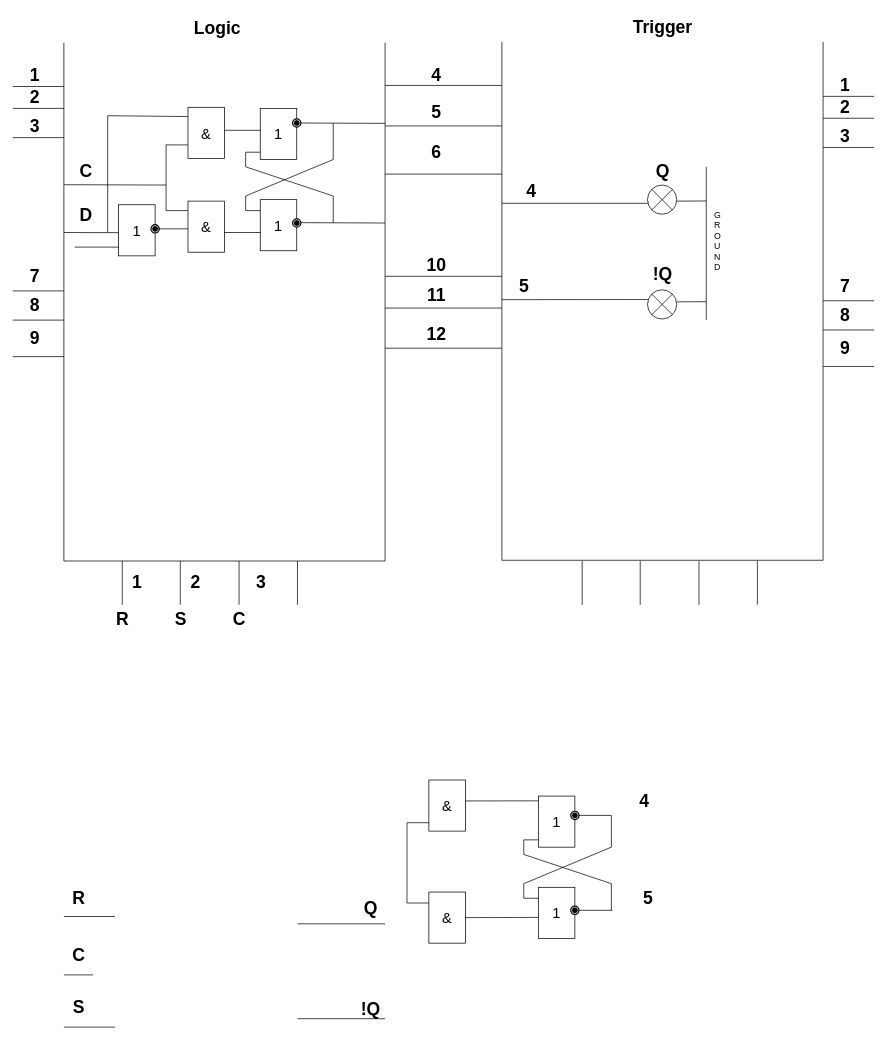
Before: d_trigger.drawio in nayutalienx/digital_circuits, a draw.io diagram. Source tidied: cells renumbered, new cells numbered last; positions are measured from the earlier drawing's top-left corner, leaving out a move shared by most shapes. Both pictures are drawn from the tidied source at 73%, with x=0, y=0 at pixel (12, 12).
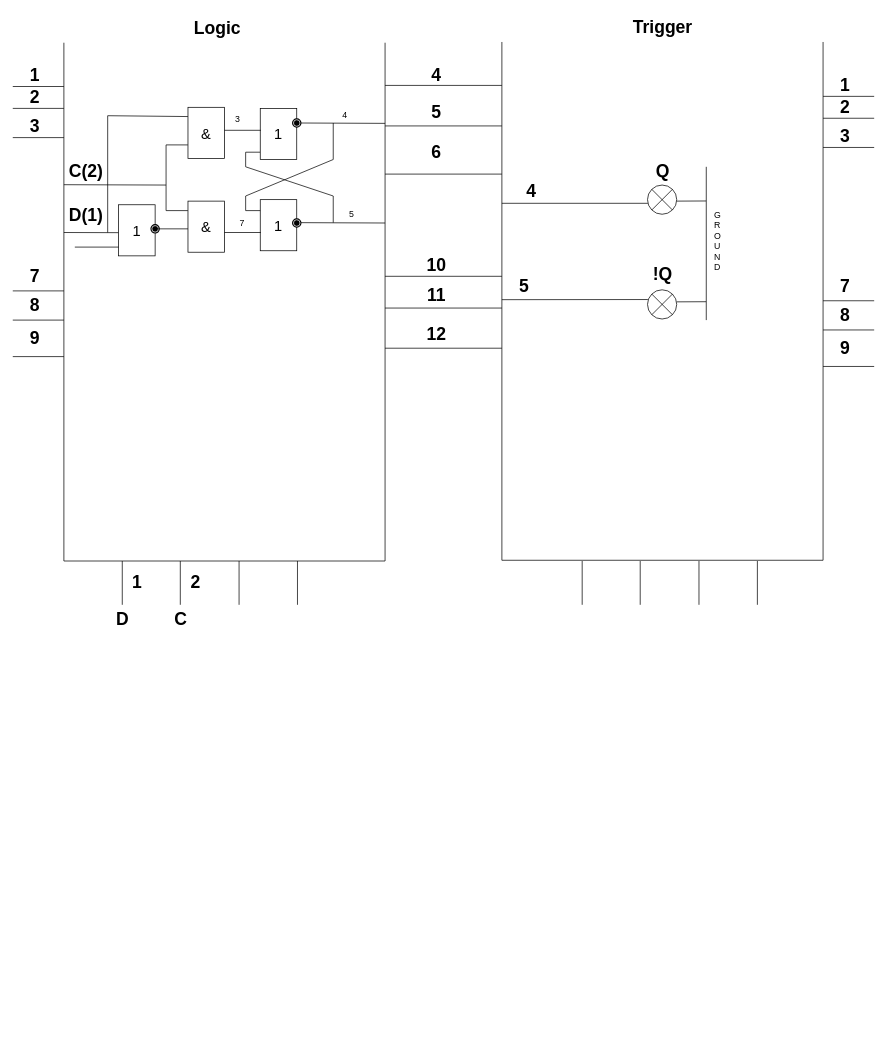
After the change.

The edit, as a diff of the source:
```diff
@@
-    <mxCell id="54" value="R" style="text;strokeColor=none;fillColor=none;html=1;fontSize=24;fontStyle=1;verticalAlign=middle;align=center;" parent="1" vertex="1">
+    <mxCell id="54" value="D" style="text;strokeColor=none;fillColor=none;html=1;fontSize=24;fontStyle=1;verticalAlign=middle;align=center;" parent="1" vertex="1">
       <mxGeometry x="130" y="811" width="40" height="40" as="geometry" />
     </mxCell>
-    <mxCell id="55" value="S" style="text;strokeColor=none;fillColor=none;html=1;fontSize=24;fontStyle=1;verticalAlign=middle;align=center;" parent="1" vertex="1">
+    <mxCell id="55" value="C" style="text;strokeColor=none;fillColor=none;html=1;fontSize=24;fontStyle=1;verticalAlign=middle;align=center;" parent="1" vertex="1">
       <mxGeometry x="210" y="811" width="40" height="40" as="geometry" />
     </mxCell>
@@
-    <mxCell id="58" style="endArrow=none;html=1;" parent="1" edge="1">
-      <mxGeometry relative="1" as="geometry">
-        <mxPoint x="70" y="1238" as="sourcePoint" />
-        <mxPoint x="140" y="1238" as="targetPoint" />
-      </mxGeometry>
-    </mxCell>
-    <mxCell id="59" style="endArrow=none;html=1;" parent="1" edge="1">
-      <mxGeometry relative="1" as="geometry">
-        <mxPoint x="70" y="1389.5" as="sourcePoint" />
-        <mxPoint x="140" y="1389.5" as="targetPoint" />
-      </mxGeometry>
-    </mxCell>
-    <mxCell id="60" value="&lt;font style=&quot;font-size: 20px&quot;&gt;1&lt;/font&gt;" style="rounded=0;whiteSpace=wrap;html=1;" parent="1" vertex="1">
-      <mxGeometry x="720" y="1073" width="50" height="70" as="geometry" />
-    </mxCell>
-    <mxCell id="61" value="&lt;font style=&quot;font-size: 20px&quot;&gt;1&lt;/font&gt;" style="rounded=0;whiteSpace=wrap;html=1;" parent="1" vertex="1">
-      <mxGeometry x="720" y="1198" width="50" height="70" as="geometry" />
-    </mxCell>
-    <mxCell id="62" style="shape=mxgraph.bpmn.shape;html=1;verticalLabelPosition=bottom;labelBackgroundColor=#ffffff;verticalAlign=top;align=center;perimeter=ellipsePerimeter;outlineConnect=0;outline=end;symbol=terminate;" parent="1" vertex="1">
-      <mxGeometry x="765" y="1094.5" width="10" height="10" as="geometry" />
-    </mxCell>
@@
-    <mxCell id="64" style="shape=mxgraph.bpmn.shape;html=1;verticalLabelPosition=bottom;labelBackgroundColor=#ffffff;verticalAlign=top;align=center;perimeter=ellipsePerimeter;outline=end;symbol=terminate;" parent="1" vertex="1">
-      <mxGeometry x="765" y="1224.5" width="10" height="10" as="geometry" />
-    </mxCell>
-    <mxCell id="65" style="endArrow=none;html=1;" parent="1" edge="1">
-      <mxGeometry relative="1" as="geometry">
-        <mxPoint x="390" y="1248" as="sourcePoint" />
-        <mxPoint x="510" y="1248" as="targetPoint" />
-      </mxGeometry>
-    </mxCell>
-    <mxCell id="66" style="endArrow=none;html=1;" parent="1" edge="1">
-      <mxGeometry relative="1" as="geometry">
-        <mxPoint x="390" y="1378" as="sourcePoint" />
-        <mxPoint x="510" y="1378" as="targetPoint" />
-      </mxGeometry>
-    </mxCell>
-    <mxCell id="67" style="endArrow=none;html=1;" parent="1" edge="1">
-      <mxGeometry relative="1" as="geometry">
-        <mxPoint x="820" y="1099.5" as="sourcePoint" />
-        <mxPoint x="820" y="1143" as="targetPoint" />
-      </mxGeometry>
-    </mxCell>
-    <mxCell id="68" style="endArrow=none;html=1;" parent="1" edge="1">
-      <mxGeometry relative="1" as="geometry">
-        <mxPoint x="820" y="1193" as="sourcePoint" />
-        <mxPoint x="820" y="1229.5" as="targetPoint" />
-      </mxGeometry>
-    </mxCell>
-    <mxCell id="69" style="endArrow=none;html=1;" parent="1" edge="1">
-      <mxGeometry relative="1" as="geometry">
-        <mxPoint x="700" y="1153" as="sourcePoint" />
-        <mxPoint x="820" y="1193" as="targetPoint" />
-      </mxGeometry>
-    </mxCell>
-    <mxCell id="70" style="endArrow=none;html=1;" parent="1" edge="1">
-      <mxGeometry relative="1" as="geometry">
-        <mxPoint x="700" y="1193" as="sourcePoint" />
-        <mxPoint x="820" y="1143" as="targetPoint" />
-      </mxGeometry>
-    </mxCell>
-    <mxCell id="71" style="endArrow=none;html=1;" parent="1" edge="1">
-      <mxGeometry relative="1" as="geometry">
-        <mxPoint x="700" y="1133" as="sourcePoint" />
-        <mxPoint x="700" y="1153" as="targetPoint" />
-      </mxGeometry>
-    </mxCell>
-    <mxCell id="72" style="endArrow=none;html=1;" parent="1" edge="1">
-      <mxGeometry relative="1" as="geometry">
-        <mxPoint x="700" y="1193" as="sourcePoint" />
-        <mxPoint x="700" y="1213" as="targetPoint" />
-      </mxGeometry>
-    </mxCell>
-    <mxCell id="73" style="endArrow=none;html=1;exitX=0;exitY=0.857;exitDx=0;exitDy=0;exitPerimeter=0;" parent="1" edge="1" source="60">
-      <mxGeometry relative="1" as="geometry">
-        <mxPoint x="700" y="1133" as="targetPoint" />
-      </mxGeometry>
-    </mxCell>
-    <mxCell id="74" style="endArrow=none;html=1;exitX=0;exitY=0.857;exitDx=0;exitDy=0;exitPerimeter=0;" parent="1" edge="1">
-      <mxGeometry relative="1" as="geometry">
-        <mxPoint x="720" y="1213" as="sourcePoint" />
-        <mxPoint x="700" y="1213" as="targetPoint" />
-      </mxGeometry>
-    </mxCell>
-    <mxCell id="75" value="R" style="text;strokeColor=none;fillColor=none;html=1;fontSize=24;fontStyle=1;verticalAlign=middle;align=center;" parent="1" vertex="1">
-      <mxGeometry x="80" y="1199.5" width="20" height="27" as="geometry" />
-    </mxCell>
-    <mxCell id="76" value="S" style="text;strokeColor=none;fillColor=none;html=1;fontSize=24;fontStyle=1;verticalAlign=middle;align=center;" parent="1" vertex="1">
-      <mxGeometry x="80" y="1349.5" width="20" height="27" as="geometry" />
-    </mxCell>
-    <mxCell id="77" value="Q" style="text;strokeColor=none;fillColor=none;html=1;fontSize=24;fontStyle=1;verticalAlign=middle;align=center;" parent="1" vertex="1">
-      <mxGeometry x="480" y="1213" width="20" height="27" as="geometry" />
-    </mxCell>
-    <mxCell id="78" value="!Q" style="text;strokeColor=none;fillColor=none;html=1;fontSize=24;fontStyle=1;verticalAlign=middle;align=center;" parent="1" vertex="1">
-      <mxGeometry x="480" y="1351.5" width="20" height="27" as="geometry" />
-    </mxCell>
-    <mxCell id="79" value="4" style="text;strokeColor=none;fillColor=none;html=1;fontSize=24;fontStyle=1;verticalAlign=middle;align=center;" parent="1" vertex="1">
-      <mxGeometry x="855" y="1067.5" width="20" height="27" as="geometry" />
-    </mxCell>
-    <mxCell id="80" value="5" style="text;strokeColor=none;fillColor=none;html=1;fontSize=24;fontStyle=1;verticalAlign=middle;align=center;" parent="1" vertex="1">
-      <mxGeometry x="860" y="1199.5" width="20" height="27" as="geometry" />
-    </mxCell>
@@
-    <mxCell id="91" value="C" style="text;strokeColor=none;fillColor=none;html=1;fontSize=24;fontStyle=1;verticalAlign=middle;align=center;" parent="1" vertex="1">
-      <mxGeometry x="290" y="811" width="40" height="40" as="geometry" />
-    </mxCell>
-    <mxCell id="92" value="3" style="text;strokeColor=none;fillColor=none;html=1;fontSize=24;fontStyle=1;verticalAlign=middle;align=center;" parent="1" vertex="1">
-      <mxGeometry x="320" y="761" width="40" height="40" as="geometry" />
-    </mxCell>
-    <mxCell id="93" style="endArrow=none;html=1;exitX=1;exitY=0.5;exitDx=0;exitDy=0;" parent="1" edge="1" source="62">
-      <mxGeometry relative="1" as="geometry">
-        <mxPoint x="820" y="1099.5" as="targetPoint" />
-      </mxGeometry>
-    </mxCell>
-    <mxCell id="94" style="endArrow=none;html=1;exitX=0.855;exitY=0.145;exitDx=0;exitDy=0;exitPerimeter=0;" parent="1" edge="1">
-      <mxGeometry relative="1" as="geometry">
-        <mxPoint x="775" y="1229.5" as="sourcePoint" />
-        <mxPoint x="821.4" y="1229.5" as="targetPoint" />
-      </mxGeometry>
-    </mxCell>
-    <mxCell id="95" value="C" style="text;strokeColor=none;fillColor=none;html=1;fontSize=24;fontStyle=1;verticalAlign=middle;align=center;" parent="1" vertex="1">
-      <mxGeometry x="80" y="1278" width="20" height="27" as="geometry" />
-    </mxCell>
-    <mxCell id="96" style="endArrow=none;html=1;" parent="1" edge="1">
-      <mxGeometry relative="1" as="geometry">
-        <mxPoint x="70" y="1318" as="sourcePoint" />
-        <mxPoint x="110" y="1318" as="targetPoint" />
-      </mxGeometry>
-    </mxCell>
-    <mxCell id="97" value="&lt;font style=&quot;font-size: 20px&quot;&gt;&amp;amp;&lt;/font&gt;" style="rounded=0;whiteSpace=wrap;html=1;" parent="1" vertex="1">
-      <mxGeometry x="570" y="1051" width="50" height="70" as="geometry" />
-    </mxCell>
-    <mxCell id="98" value="&lt;font style=&quot;font-size: 20px&quot;&gt;&amp;amp;&lt;/font&gt;" style="rounded=0;whiteSpace=wrap;html=1;" parent="1" vertex="1">
-      <mxGeometry x="570" y="1204.5" width="50" height="70" as="geometry" />
-    </mxCell>
-    <mxCell id="99" style="endArrow=none;html=1;" parent="1" edge="1">
-      <mxGeometry relative="1" as="geometry">
-        <mxPoint x="540" y="1109.5" as="sourcePoint" />
-        <mxPoint x="540" y="1219.5" as="targetPoint" />
-      </mxGeometry>
-    </mxCell>
-    <mxCell id="100" style="endArrow=none;html=1;" parent="1" edge="1">
-      <mxGeometry relative="1" as="geometry">
-        <mxPoint x="540" y="1109.5" as="sourcePoint" />
-        <mxPoint x="570" y="1109.5" as="targetPoint" />
-      </mxGeometry>
-    </mxCell>
-    <mxCell id="101" style="endArrow=none;html=1;" parent="1" edge="1">
-      <mxGeometry relative="1" as="geometry">
-        <mxPoint x="540" y="1219.5" as="sourcePoint" />
-        <mxPoint x="570" y="1219.5" as="targetPoint" />
-      </mxGeometry>
-    </mxCell>
-    <mxCell id="102" style="endArrow=none;html=1;entryX=0;entryY=0.093;entryDx=0;entryDy=0;entryPerimeter=0;exitX=1.005;exitY=0.41;exitDx=0;exitDy=0;exitPerimeter=0;" parent="1" edge="1" source="97" target="60">
-      <mxGeometry relative="1" as="geometry" />
-    </mxCell>
-    <mxCell id="103" style="endArrow=none;html=1;entryX=0.002;entryY=0.589;entryDx=0;entryDy=0;entryPerimeter=0;exitX=1;exitY=0.5;exitDx=0;exitDy=0;" parent="1" edge="1" source="98" target="61">
-      <mxGeometry relative="1" as="geometry" />
-    </mxCell>
@@
-    <mxCell id="107" value="C" style="text;strokeColor=none;fillColor=none;html=1;fontSize=24;fontStyle=1;verticalAlign=middle;align=center;" parent="1" vertex="1">
+    <mxCell id="107" value="C(2)" style="text;strokeColor=none;fillColor=none;html=1;fontSize=24;fontStyle=1;verticalAlign=middle;align=center;" parent="1" vertex="1">
       <mxGeometry x="80" y="197.5" width="40" height="40" as="geometry" />
     </mxCell>
-    <mxCell id="108" value="D" style="text;strokeColor=none;fillColor=none;html=1;fontSize=24;fontStyle=1;verticalAlign=middle;align=center;" parent="1" vertex="1">
+    <mxCell id="108" value="D(1)" style="text;strokeColor=none;fillColor=none;html=1;fontSize=24;fontStyle=1;verticalAlign=middle;align=center;" parent="1" vertex="1">
       <mxGeometry x="80" y="258" width="40" height="40" as="geometry" />
     </mxCell>
@@
+    <mxCell id="92" value="3" style="text;html=1;align=left;verticalAlign=top;spacingTop=-4;" parent="1" vertex="1">
+      <mxGeometry x="303" y="136" width="20" height="20" as="geometry" />
+    </mxCell>
+    <mxCell id="136" value="7" style="text;html=1;align=left;verticalAlign=top;spacingTop=-4;" parent="1" vertex="1">
+      <mxGeometry x="309" y="278" width="20" height="20" as="geometry" />
+    </mxCell>
+    <mxCell id="79" value="4" style="text;html=1;align=left;verticalAlign=top;spacingTop=-4;" parent="1" vertex="1">
+      <mxGeometry x="450" y="131" width="20" height="20" as="geometry" />
+    </mxCell>
+    <mxCell id="80" value="5" style="text;html=1;align=left;verticalAlign=top;spacingTop=-4;" parent="1" vertex="1">
+      <mxGeometry x="459" y="266" width="20" height="20" as="geometry" />
+    </mxCell>
```
